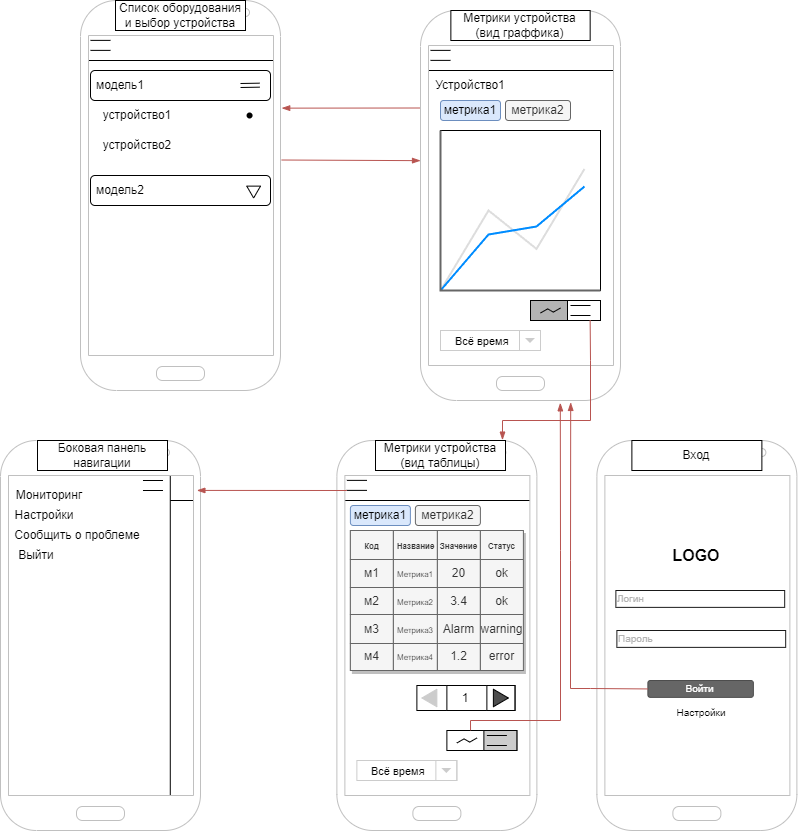
Earlier version of the draw.io export Wireframe.drawio.png (Skverno-Slov/CurseProject). Source tidied: cells renumbered, new cells last; positions are measured from the earlier drawing's top-left corner, leaving out a move shared by most shapes.
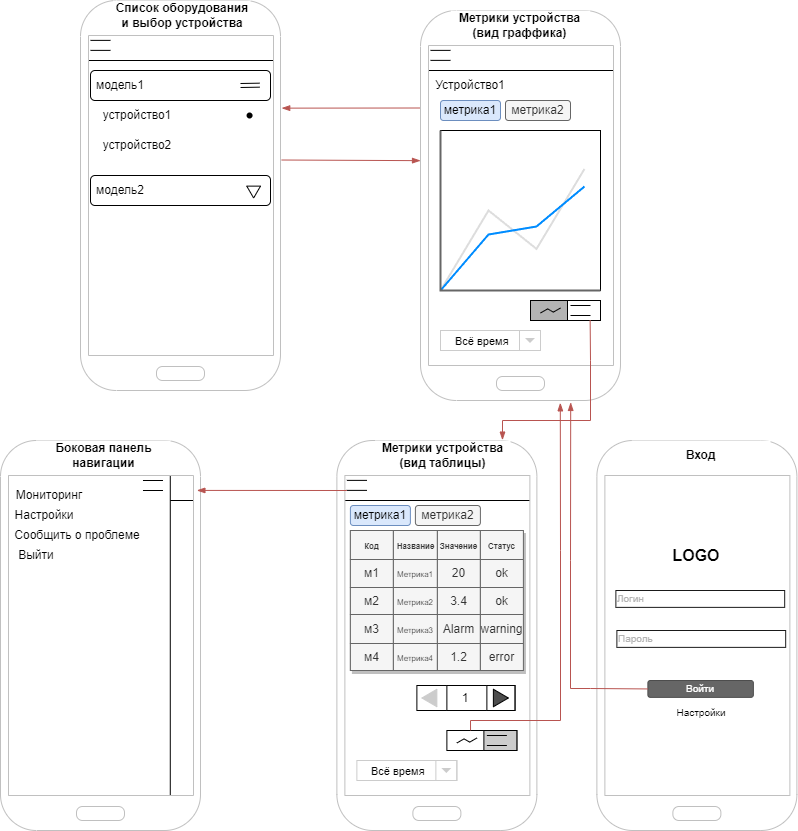
After the commit.

Diff of the diagram source:
```diff
@@ -349,17 +349,17 @@
         </Array>
       </mxGeometry>
     </mxCell>
-    <mxCell id="96" value="Список оборудования и выбор устройства" style="text;html=1;align=center;verticalAlign=middle;whiteSpace=wrap;rounded=0;fillColor=default;gradientColor=none;strokeColor=default;" parent="1" vertex="1">
-      <mxGeometry x="115" width="130" height="30" as="geometry" />
+    <mxCell id="96" value="Список оборудования и выбор устройства" style="text;html=1;align=center;verticalAlign=middle;whiteSpace=wrap;rounded=0;fillColor=default;gradientColor=none;strokeColor=none;fontStyle=1;" parent="1" vertex="1">
+      <mxGeometry x="112.5" width="137.5" height="30" as="geometry" />
     </mxCell>
-    <mxCell id="97" value="Метрики устройства (вид граффика)" style="text;html=1;align=center;verticalAlign=middle;whiteSpace=wrap;rounded=0;fillColor=default;gradientColor=none;strokeColor=default;" parent="1" vertex="1">
+    <mxCell id="97" value="Метрики устройства (вид граффика)" style="text;html=1;align=center;verticalAlign=middle;whiteSpace=wrap;rounded=0;fillColor=default;gradientColor=none;strokeColor=none;fontStyle=1;" parent="1" vertex="1">
       <mxGeometry x="450.4" y="10" width="139.3" height="30" as="geometry" />
     </mxCell>
-    <mxCell id="98" value="Боковая панель навигации" style="text;html=1;align=center;verticalAlign=middle;whiteSpace=wrap;rounded=0;fillColor=default;gradientColor=none;strokeColor=default;" parent="1" vertex="1">
-      <mxGeometry x="37" y="440" width="130" height="30" as="geometry" />
+    <mxCell id="98" value="Боковая панель навигации" style="text;html=1;align=center;verticalAlign=middle;whiteSpace=wrap;rounded=0;fillColor=default;gradientColor=none;strokeColor=none;fontStyle=1;" parent="1" vertex="1">
+      <mxGeometry x="37" y="440" width="133" height="30" as="geometry" />
     </mxCell>
-    <mxCell id="99" value="Метрики устройства (вид таблицы)" style="text;html=1;align=center;verticalAlign=middle;whiteSpace=wrap;rounded=0;fillColor=default;gradientColor=none;strokeColor=default;" parent="1" vertex="1">
-      <mxGeometry x="375" y="440" width="130" height="30" as="geometry" />
+    <mxCell id="99" value="Метрики устройства (вид таблицы)" style="text;html=1;align=center;verticalAlign=middle;whiteSpace=wrap;rounded=0;fillColor=default;gradientColor=none;strokeColor=none;fontStyle=1;" parent="1" vertex="1">
+      <mxGeometry x="375" y="440" width="135" height="30" as="geometry" />
     </mxCell>
     <mxCell id="100" value="метрика1" style="rounded=1;whiteSpace=wrap;html=1;fillColor=#dae8fc;strokeColor=#6c8ebf;" parent="1" vertex="1">
       <mxGeometry x="349.9" y="505" width="60" height="20" as="geometry" />
@@ -367,8 +367,8 @@
     <mxCell id="101" value="метрика2" style="rounded=1;whiteSpace=wrap;html=1;fillColor=#f5f5f5;fontColor=#333333;strokeColor=#666666;" parent="1" vertex="1">
       <mxGeometry x="414.9" y="505" width="65" height="20" as="geometry" />
     </mxCell>
-    <mxCell id="102" value="Вход" style="text;html=1;align=center;verticalAlign=middle;whiteSpace=wrap;rounded=0;fillColor=default;gradientColor=none;strokeColor=default;" parent="1" vertex="1">
-      <mxGeometry x="631.4" y="440" width="130" height="30" as="geometry" />
+    <mxCell id="102" value="Вход" style="text;html=1;align=center;verticalAlign=middle;whiteSpace=wrap;rounded=0;fillColor=default;gradientColor=none;strokeColor=none;fontStyle=1;" parent="1" vertex="1">
+      <mxGeometry x="631.4" y="440" width="138.6" height="30" as="geometry" />
     </mxCell>
   </root>
 </mxGraphModel>
```
